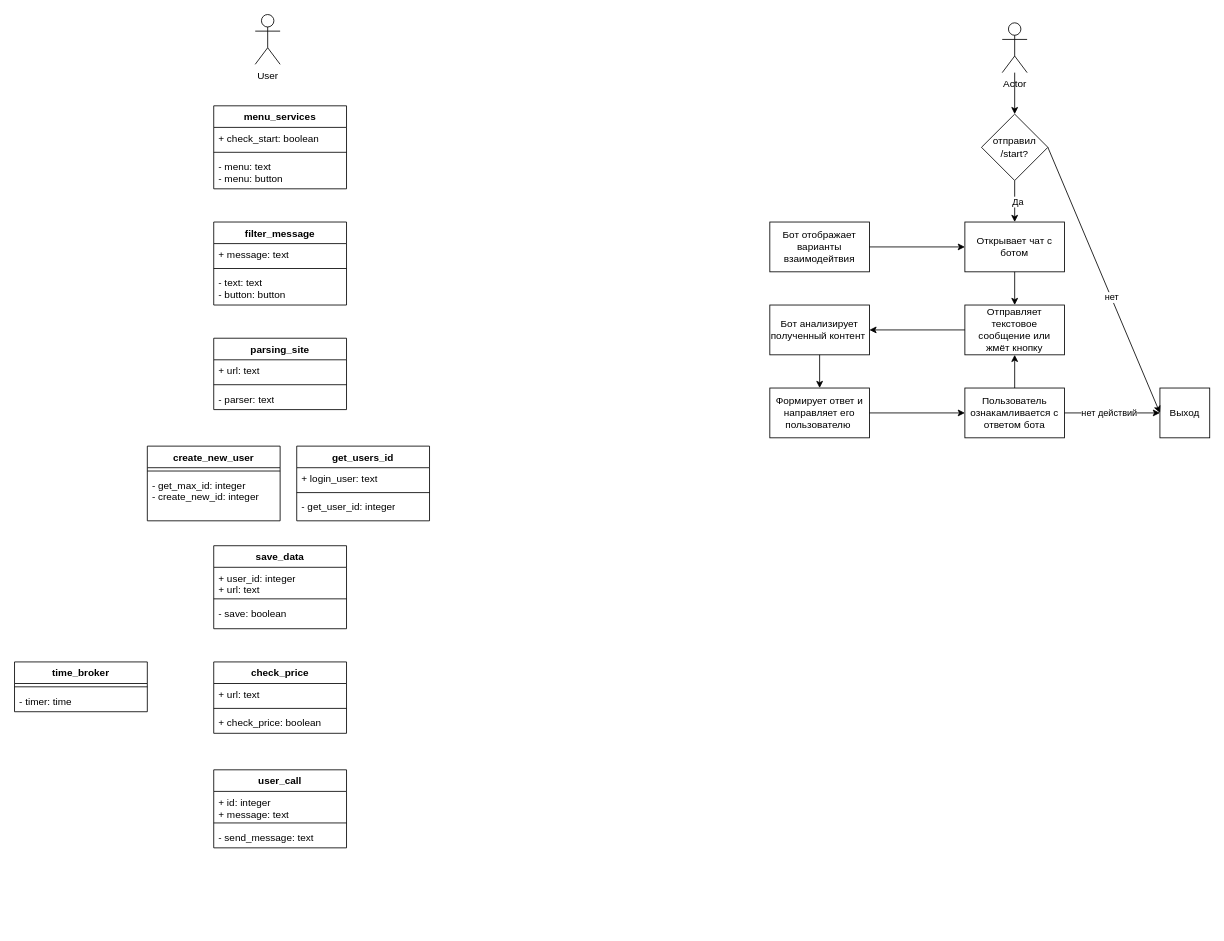
Before: UML_Telegram_001.drawio in Arnoldig/Coursemc_final_work, a draw.io diagram. Source tidied: cells renumbered, new cells numbered last; positions are measured from the earlier drawing's top-left corner, leaving out a move shared by most shapes. Both pictures are drawn from the tidied source at 83%, with x=0, y=0 at pixel (14, 14).
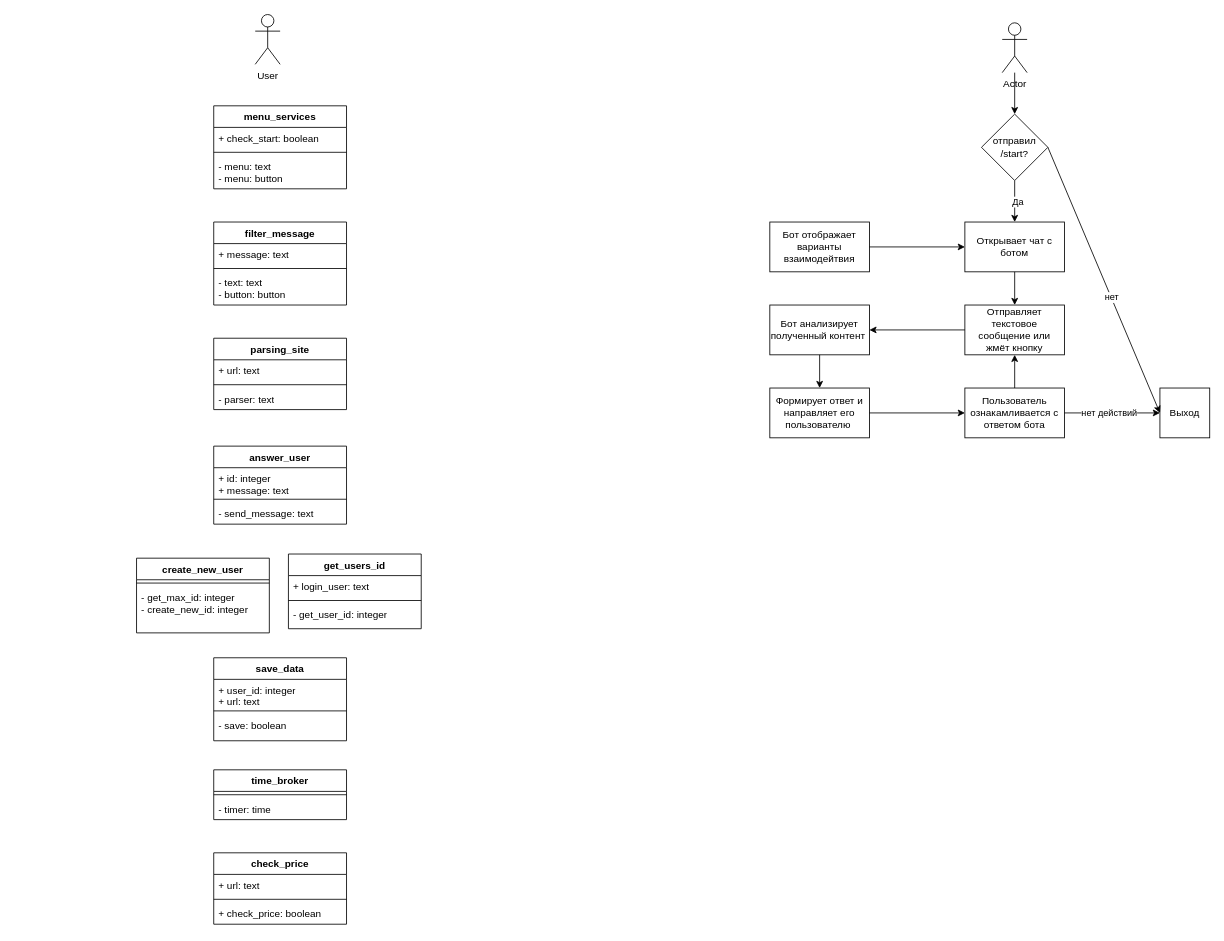
After the change.

Commit message:
Основные функции для бота и парсера цен.drawio

What changed in the source:
```diff
@@
     <mxCell id="37" value="save_data" style="swimlane;fontStyle=1;align=center;verticalAlign=top;horizontal=1;startSize=26;whiteSpace=wrap;html=1;" parent="1" vertex="1">
-      <mxGeometry x="240" y="640" width="160" height="100" as="geometry" />
+      <mxGeometry x="240" y="775" width="160" height="100" as="geometry" />
     </mxCell>
@@
     <mxCell id="41" value="create_new_user" style="swimlane;fontStyle=1;align=center;verticalAlign=top;horizontal=1;startSize=26;whiteSpace=wrap;html=1;" parent="1" vertex="1">
-      <mxGeometry x="160" y="520" width="160" height="90" as="geometry" />
+      <mxGeometry x="147" y="655" width="160" height="90" as="geometry" />
     </mxCell>
@@
     <mxCell id="44" value="get_users_id" style="swimlane;fontStyle=1;align=center;verticalAlign=top;horizontal=1;startSize=26;whiteSpace=wrap;html=1;" parent="1" vertex="1">
-      <mxGeometry x="340" y="520" width="160" height="90" as="geometry" />
+      <mxGeometry x="330" y="650" width="160" height="90" as="geometry" />
     </mxCell>
@@
     <mxCell id="48" value="check_price" style="swimlane;fontStyle=1;align=center;verticalAlign=top;horizontal=1;startSize=26;whiteSpace=wrap;html=1;" parent="1" vertex="1">
-      <mxGeometry x="240" y="780" width="160" height="86" as="geometry" />
+      <mxGeometry x="240" y="1010" width="160" height="86" as="geometry" />
     </mxCell>
@@
-    <mxCell id="52" value="user_call" style="swimlane;fontStyle=1;align=center;verticalAlign=top;horizontal=1;startSize=26;whiteSpace=wrap;html=1;" parent="1" vertex="1">
-      <mxGeometry x="240" y="910" width="160" height="94" as="geometry" />
+    <mxCell id="52" value="answer_user" style="swimlane;fontStyle=1;align=center;verticalAlign=top;horizontal=1;startSize=26;whiteSpace=wrap;html=1;" parent="1" vertex="1">
+      <mxGeometry x="240" y="520" width="160" height="94" as="geometry" />
     </mxCell>
@@
     <mxCell id="56" value="time_broker" style="swimlane;fontStyle=1;align=center;verticalAlign=top;horizontal=1;startSize=26;whiteSpace=wrap;html=1;" parent="1" vertex="1">
-      <mxGeometry y="780" width="160" height="60" as="geometry" />
+      <mxGeometry x="240" y="910" width="160" height="60" as="geometry" />
     </mxCell>
```
